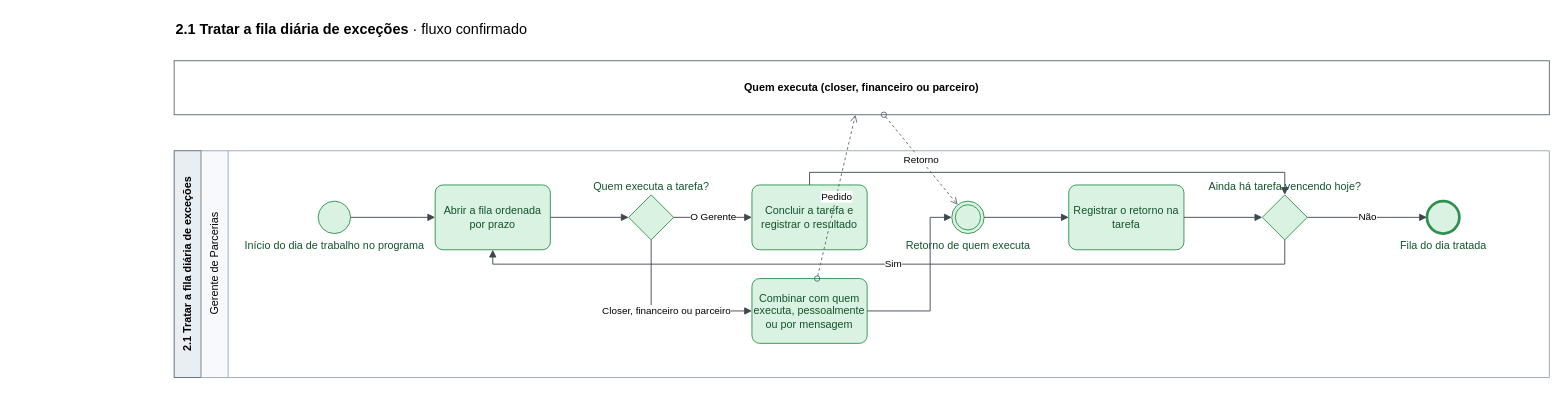
The draw.io diagram page "2.1 Resolver as exceções do dia" (8 of 80) of mapeamentos/wise-partners-to-be/saidas/mapa.drawio in Guilherme-MFaccin/Wise-Partners, before the edit. Source tidied: cells renumbered, new cells numbered last; positions are measured from the earlier drawing's top-left corner, leaving out a move shared by most shapes. Both pictures are drawn from the tidied source at 90%, with x=0, y=0 at pixel (174, 15).
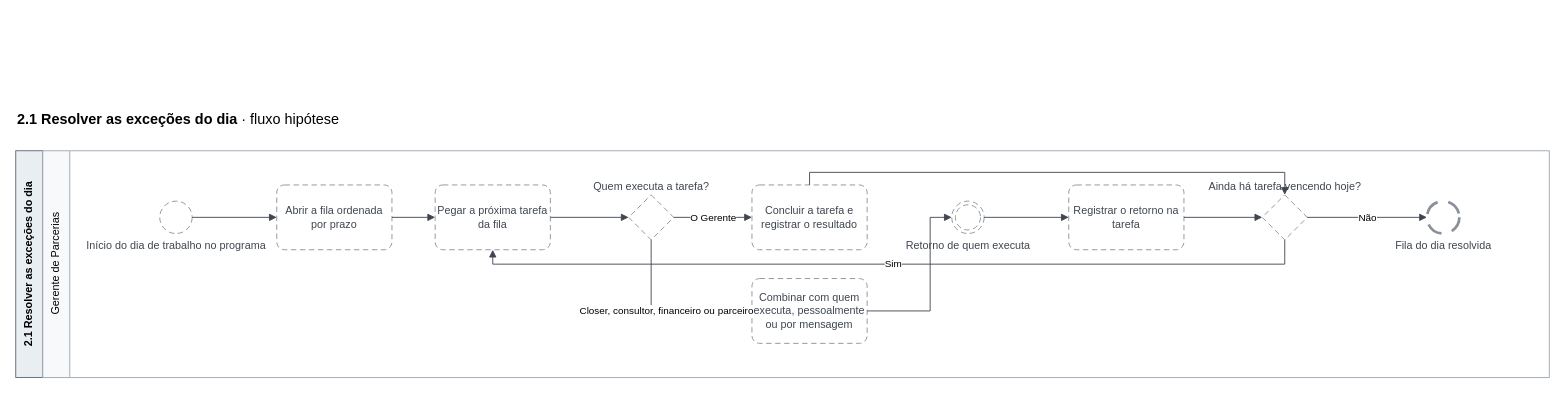
After the change.

The edit, as a diff of the source:
```diff
@@
-    <mxCell id="2" value="&lt;b&gt;2.1 Tratar a fila diária de exceções&lt;/b&gt;  ·  fluxo confirmado" style="text;html=1;fontSize=16;align=left;verticalAlign=middle;strokeColor=none;fillColor=none;" parent="1" vertex="1">
-      <mxGeometry width="700" height="30" as="geometry" />
+    <mxCell id="2" value="&lt;b&gt;2.1 Resolver as exceções do dia&lt;/b&gt;  ·  fluxo hipótese" style="text;html=1;fontSize=16;align=left;verticalAlign=middle;strokeColor=none;fillColor=none;" parent="1" vertex="1">
+      <mxGeometry x="-176" y="100" width="700" height="30" as="geometry" />
     </mxCell>
-    <mxCell id="3" value="Quem executa (closer, financeiro ou parceiro)" style="rounded=0;whiteSpace=wrap;html=1;fillColor=#FFFFFF;strokeColor=#5B6670;fontStyle=1;" parent="1" vertex="1">
-      <mxGeometry y="50" width="1528" height="60" as="geometry" />
-    </mxCell>
-    <mxCell id="4" value="2.1 Tratar a fila diária de exceções" style="rounded=0;whiteSpace=wrap;html=1;horizontal=0;fillColor=#E9EEF3;strokeColor=#5B6670;fontStyle=1;" parent="1" vertex="1">
-      <mxGeometry y="150" width="30" height="252" as="geometry" />
+    <mxCell id="4" value="2.1 Resolver as exceções do dia" style="rounded=0;whiteSpace=wrap;html=1;horizontal=0;fillColor=#E9EEF3;strokeColor=#5B6670;fontStyle=1;" parent="1" vertex="1">
+      <mxGeometry x="-176" y="150" width="30" height="252" as="geometry" />
     </mxCell>
     <mxCell id="5" value="Gerente de Parcerias" style="swimlane;horizontal=0;startSize=30;html=1;fillColor=#F7F9FB;swimlaneFillColor=#FFFFFF;strokeColor=#9AA5B1;fontStyle=0;" parent="1" vertex="1">
-      <mxGeometry x="30" y="150" width="1498" height="252" as="geometry" />
+      <mxGeometry x="-146" y="150" width="1674" height="252" as="geometry" />
     </mxCell>
-    <mxCell id="6" value="Início do dia de trabalho no programa" style="ellipse;html=1;fillColor=#D9F2E1;strokeColor=#2F8F4E;fontColor=#14532D;verticalLabelPosition=bottom;verticalAlign=top;labelPosition=center;align=center;" parent="1" vertex="1">
-      <mxGeometry x="160" y="206" width="36" height="36" as="geometry" />
+    <mxCell id="6" value="Início do dia de trabalho no programa" style="ellipse;html=1;fillColor=#FFFFFF;strokeColor=#8A9099;fontColor=#3F4650;dashed=1;dashPattern=6 4;verticalLabelPosition=bottom;verticalAlign=top;labelPosition=center;align=center;" parent="1" vertex="1">
+      <mxGeometry x="-16" y="206" width="36" height="36" as="geometry" />
     </mxCell>
-    <mxCell id="7" value="Abrir a fila ordenada por prazo" style="rounded=1;whiteSpace=wrap;html=1;arcSize=12;fillColor=#D9F2E1;strokeColor=#2F8F4E;fontColor=#14532D;" parent="1" vertex="1">
-      <mxGeometry x="290" y="188" width="128" height="72" as="geometry" />
+    <mxCell id="7" value="Abrir a fila ordenada por prazo" style="rounded=1;whiteSpace=wrap;html=1;arcSize=12;fillColor=#FFFFFF;strokeColor=#8A9099;fontColor=#3F4650;dashed=1;dashPattern=6 4;" parent="1" vertex="1">
+      <mxGeometry x="114" y="188" width="128" height="72" as="geometry" />
     </mxCell>
+    <mxCell id="27" value="Pegar a próxima tarefa da fila" style="rounded=1;whiteSpace=wrap;html=1;arcSize=12;fillColor=#FFFFFF;strokeColor=#8A9099;fontColor=#3F4650;dashed=1;dashPattern=6 4;" parent="1" vertex="1">
+      <mxGeometry x="290" y="188" width="128" height="72" as="geometry" />
+    </mxCell>
-    <mxCell id="8" value="Quem executa a tarefa?" style="rhombus;html=1;fillColor=#D9F2E1;strokeColor=#2F8F4E;fontColor=#14532D;verticalLabelPosition=top;verticalAlign=bottom;labelPosition=center;align=center;" parent="1" vertex="1">
+    <mxCell id="8" value="Quem executa a tarefa?" style="rhombus;html=1;fillColor=#FFFFFF;strokeColor=#8A9099;fontColor=#3F4650;dashed=1;dashPattern=6 4;verticalLabelPosition=top;verticalAlign=bottom;labelPosition=center;align=center;" parent="1" vertex="1">
       <mxGeometry x="505" y="199" width="50" height="50" as="geometry" />
     </mxCell>
-    <mxCell id="9" value="Concluir a tarefa e registrar o resultado" style="rounded=1;whiteSpace=wrap;html=1;arcSize=12;fillColor=#D9F2E1;strokeColor=#2F8F4E;fontColor=#14532D;" parent="1" vertex="1">
+    <mxCell id="9" value="Concluir a tarefa e registrar o resultado" style="rounded=1;whiteSpace=wrap;html=1;arcSize=12;fillColor=#FFFFFF;strokeColor=#8A9099;fontColor=#3F4650;dashed=1;dashPattern=6 4;" parent="1" vertex="1">
       <mxGeometry x="642" y="188" width="128" height="72" as="geometry" />
     </mxCell>
-    <mxCell id="10" value="Combinar com quem executa, pessoalmente ou por mensagem" style="rounded=1;whiteSpace=wrap;html=1;arcSize=12;fillColor=#D9F2E1;strokeColor=#2F8F4E;fontColor=#14532D;" parent="1" vertex="1">
+    <mxCell id="10" value="Combinar com quem executa, pessoalmente ou por mensagem" style="rounded=1;whiteSpace=wrap;html=1;arcSize=12;fillColor=#FFFFFF;strokeColor=#8A9099;fontColor=#3F4650;dashed=1;dashPattern=6 4;" parent="1" vertex="1">
       <mxGeometry x="642" y="292" width="128" height="72" as="geometry" />
     </mxCell>
-    <mxCell id="11" value="Retorno de quem executa" style="ellipse;shape=doubleEllipse;html=1;fillColor=#D9F2E1;strokeColor=#2F8F4E;fontColor=#14532D;verticalLabelPosition=bottom;verticalAlign=top;labelPosition=center;align=center;" parent="1" vertex="1">
+    <mxCell id="11" value="Retorno de quem executa" style="ellipse;shape=doubleEllipse;html=1;fillColor=#FFFFFF;strokeColor=#8A9099;fontColor=#3F4650;dashed=1;dashPattern=6 4;verticalLabelPosition=bottom;verticalAlign=top;labelPosition=center;align=center;" parent="1" vertex="1">
       <mxGeometry x="864" y="206" width="36" height="36" as="geometry" />
     </mxCell>
-    <mxCell id="12" value="Registrar o retorno na tarefa" style="rounded=1;whiteSpace=wrap;html=1;arcSize=12;fillColor=#D9F2E1;strokeColor=#2F8F4E;fontColor=#14532D;" parent="1" vertex="1">
+    <mxCell id="12" value="Registrar o retorno na tarefa" style="rounded=1;whiteSpace=wrap;html=1;arcSize=12;fillColor=#FFFFFF;strokeColor=#8A9099;fontColor=#3F4650;dashed=1;dashPattern=6 4;" parent="1" vertex="1">
       <mxGeometry x="994" y="188" width="128" height="72" as="geometry" />
     </mxCell>
-    <mxCell id="13" value="Ainda há tarefa vencendo hoje?" style="rhombus;html=1;fillColor=#D9F2E1;strokeColor=#2F8F4E;fontColor=#14532D;verticalLabelPosition=top;verticalAlign=bottom;labelPosition=center;align=center;" parent="1" vertex="1">
+    <mxCell id="13" value="Ainda há tarefa vencendo hoje?" style="rhombus;html=1;fillColor=#FFFFFF;strokeColor=#8A9099;fontColor=#3F4650;dashed=1;dashPattern=6 4;verticalLabelPosition=top;verticalAlign=bottom;labelPosition=center;align=center;" parent="1" vertex="1">
       <mxGeometry x="1209" y="199" width="50" height="50" as="geometry" />
     </mxCell>
-    <mxCell id="14" value="Fila do dia tratada" style="ellipse;html=1;strokeWidth=3;fillColor=#D9F2E1;strokeColor=#2F8F4E;fontColor=#14532D;verticalLabelPosition=bottom;verticalAlign=top;labelPosition=center;align=center;" parent="1" vertex="1">
+    <mxCell id="14" value="Fila do dia resolvida" style="ellipse;html=1;strokeWidth=3;fillColor=#FFFFFF;strokeColor=#8A9099;fontColor=#3F4650;dashed=1;dashPattern=6 4;verticalLabelPosition=bottom;verticalAlign=top;labelPosition=center;align=center;" parent="1" vertex="1">
       <mxGeometry x="1392" y="206" width="36" height="36" as="geometry" />
     </mxCell>
@@
-    <mxCell id="16" style="edgeStyle=orthogonalEdgeStyle;rounded=0;html=1;endArrow=block;endFill=1;strokeColor=#3F4650;" parent="1" edge="1" source="7" target="8">
+    <mxCell id="16" style="edgeStyle=orthogonalEdgeStyle;rounded=0;html=1;endArrow=block;endFill=1;strokeColor=#3F4650;" parent="1" edge="1" source="7" target="27">
       <mxGeometry relative="1" as="geometry" />
     </mxCell>
-    <mxCell id="17" value="O Gerente" style="edgeStyle=orthogonalEdgeStyle;rounded=0;html=1;endArrow=block;endFill=1;strokeColor=#3F4650;" parent="1" edge="1" source="8" target="9">
+    <mxCell id="17" style="edgeStyle=orthogonalEdgeStyle;rounded=0;html=1;endArrow=block;endFill=1;strokeColor=#3F4650;" parent="1" edge="1" source="27" target="8">
       <mxGeometry relative="1" as="geometry" />
     </mxCell>
-    <mxCell id="18" value="Closer, financeiro ou parceiro" style="edgeStyle=orthogonalEdgeStyle;rounded=0;html=1;endArrow=block;endFill=1;strokeColor=#3F4650;" parent="1" edge="1" source="8" target="10">
-      <mxGeometry relative="1" as="geometry">
-        <Array as="points">
-          <mxPoint x="530" y="328" />
-        </Array>
-      </mxGeometry>
+    <mxCell id="18" value="O Gerente" style="edgeStyle=orthogonalEdgeStyle;rounded=0;html=1;endArrow=block;endFill=1;strokeColor=#3F4650;" parent="1" edge="1" source="8" target="9">
+      <mxGeometry relative="1" as="geometry" />
     </mxCell>
-    <mxCell id="19" style="edgeStyle=orthogonalEdgeStyle;rounded=0;html=1;endArrow=block;endFill=1;strokeColor=#3F4650;" parent="1" edge="1" source="10" target="11">
+    <mxCell id="19" value="Closer, consultor, financeiro ou parceiro" style="edgeStyle=orthogonalEdgeStyle;rounded=0;html=1;endArrow=block;endFill=1;strokeColor=#3F4650;" parent="1" edge="1" source="8" target="10">
       <mxGeometry relative="1" as="geometry">
         <Array as="points">
-          <mxPoint x="840" y="328" />
-          <mxPoint x="840" y="224" />
+          <mxPoint x="530" y="328" />
         </Array>
       </mxGeometry>
     </mxCell>
-    <mxCell id="20" style="edgeStyle=orthogonalEdgeStyle;rounded=0;html=1;endArrow=block;endFill=1;strokeColor=#3F4650;" parent="1" edge="1" source="11" target="12">
-      <mxGeometry relative="1" as="geometry" />
+    <mxCell id="20" style="edgeStyle=orthogonalEdgeStyle;rounded=0;html=1;endArrow=block;endFill=1;strokeColor=#3F4650;" parent="1" edge="1" source="10" target="11">
+      <mxGeometry relative="1" as="geometry">
+        <Array as="points">
+          <mxPoint x="840" y="328" />
+          <mxPoint x="840" y="224" />
+        </Array>
+      </mxGeometry>
     </mxCell>
-    <mxCell id="21" style="edgeStyle=orthogonalEdgeStyle;rounded=0;html=1;endArrow=block;endFill=1;strokeColor=#3F4650;" parent="1" edge="1" source="9" target="13">
-      <mxGeometry relative="1" as="geometry">
-        <Array as="points">
-          <mxPoint x="706" y="174" />
-          <mxPoint x="1234" y="174" />
-        </Array>
-      </mxGeometry>
+    <mxCell id="21" style="edgeStyle=orthogonalEdgeStyle;rounded=0;html=1;endArrow=block;endFill=1;strokeColor=#3F4650;" parent="1" edge="1" source="11" target="12">
+      <mxGeometry relative="1" as="geometry" />
     </mxCell>
-    <mxCell id="22" style="edgeStyle=orthogonalEdgeStyle;rounded=0;html=1;endArrow=block;endFill=1;strokeColor=#3F4650;" parent="1" edge="1" source="12" target="13">
-      <mxGeometry relative="1" as="geometry" />
+    <mxCell id="22" style="edgeStyle=orthogonalEdgeStyle;rounded=0;html=1;endArrow=block;endFill=1;strokeColor=#3F4650;" parent="1" edge="1" source="9" target="13">
+      <mxGeometry relative="1" as="geometry">
+        <Array as="points">
+          <mxPoint x="706" y="174" />
+          <mxPoint x="1234" y="174" />
+        </Array>
+      </mxGeometry>
     </mxCell>
-    <mxCell id="23" value="Sim" style="edgeStyle=orthogonalEdgeStyle;rounded=0;html=1;endArrow=block;endFill=1;strokeColor=#3F4650;" parent="1" edge="1" source="13" target="7">
-      <mxGeometry relative="1" as="geometry">
-        <Array as="points">
-          <mxPoint x="1234" y="276" />
-          <mxPoint x="354" y="276" />
-        </Array>
-      </mxGeometry>
+    <mxCell id="23" style="edgeStyle=orthogonalEdgeStyle;rounded=0;html=1;endArrow=block;endFill=1;strokeColor=#3F4650;" parent="1" edge="1" source="12" target="13">
+      <mxGeometry relative="1" as="geometry" />
     </mxCell>
-    <mxCell id="24" value="Não" style="edgeStyle=orthogonalEdgeStyle;rounded=0;html=1;endArrow=block;endFill=1;strokeColor=#3F4650;" parent="1" edge="1" source="13" target="14">
-      <mxGeometry relative="1" as="geometry" />
+    <mxCell id="24" value="Sim" style="edgeStyle=orthogonalEdgeStyle;rounded=0;html=1;endArrow=block;endFill=1;strokeColor=#3F4650;" parent="1" edge="1" source="13" target="27">
+      <mxGeometry relative="1" as="geometry">
+        <Array as="points">
+          <mxPoint x="1234" y="276" />
+          <mxPoint x="354" y="276" />
+        </Array>
+      </mxGeometry>
     </mxCell>
-    <mxCell id="25" value="Pedido" style="html=1;dashed=1;endArrow=open;startArrow=oval;startFill=0;strokeColor=#5B6670;" parent="1" edge="1" source="10" target="3">
+    <mxCell id="25" value="Não" style="edgeStyle=orthogonalEdgeStyle;rounded=0;html=1;endArrow=block;endFill=1;strokeColor=#3F4650;" parent="1" edge="1" source="13" target="14">
       <mxGeometry relative="1" as="geometry" />
     </mxCell>
-    <mxCell id="26" value="Retorno" style="html=1;dashed=1;endArrow=open;startArrow=oval;startFill=0;strokeColor=#5B6670;" parent="1" edge="1" source="3" target="11">
-      <mxGeometry relative="1" as="geometry" />
-    </mxCell>
```
